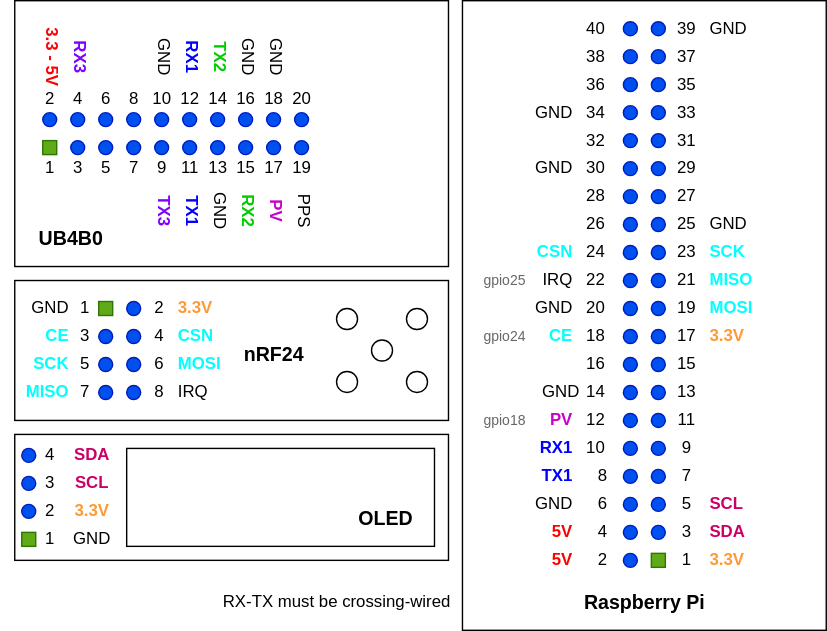
Before: docs/design/base-wiring.drawio.svg, a diagram exported from draw.io (mfkiwl/lidar-mapping-poc). Source tidied: cells renumbered, new cells last; positions are measured from the earlier drawing's top-left corner, leaving out a move shared by most shapes.
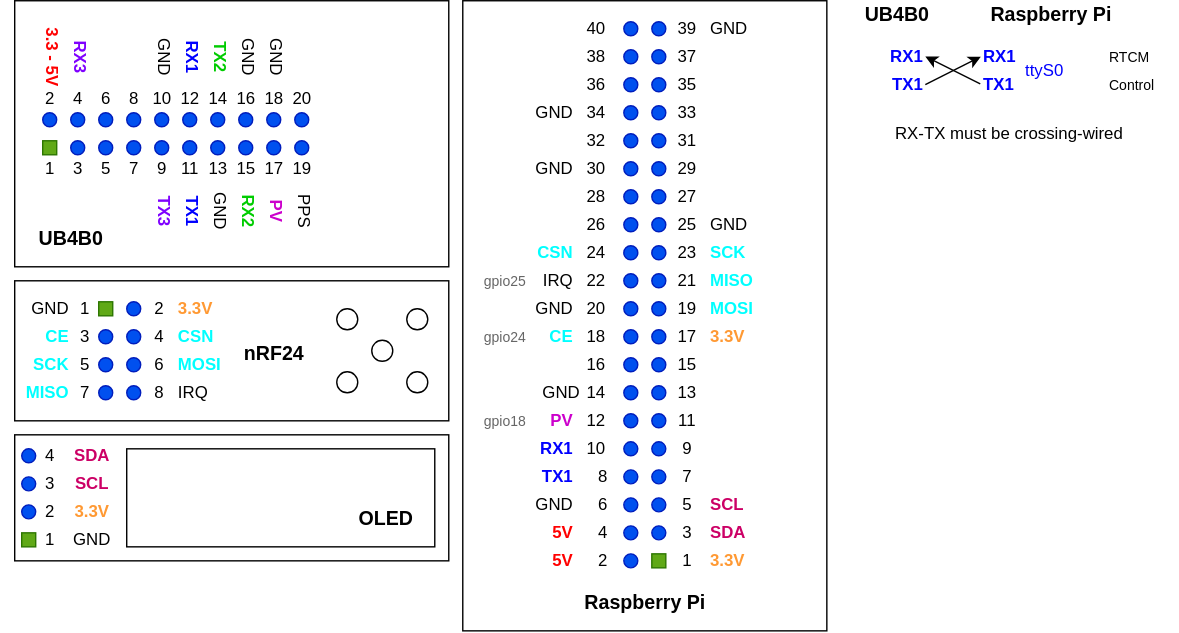
After the change.

What changed in the source:
```diff
@@ -633,7 +633,40 @@
       <mxGeometry x="505" y="10" width="40" height="20" as="geometry" />
     </mxCell>
     <mxCell id="212" value="RX-TX must be crossing-wired" style="text;html=1;align=center;verticalAlign=middle;strokeColor=none;" parent="1" vertex="1">
-      <mxGeometry x="150" y="420" width="180" height="20" as="geometry" />
+      <mxGeometry x="630" y="85" width="180" height="20" as="geometry" />
     </mxCell>
+    <mxCell id="213" value="RX1" style="text;html=1;align=right;verticalAlign=middle;points=[];strokeColor=none;fontColor=#0000FF;fontStyle=1;" parent="1" vertex="1">
+      <mxGeometry x="620" y="30" width="40" height="20" as="geometry" />
+    </mxCell>
+    <mxCell id="214" value="TX1" style="text;html=1;align=right;verticalAlign=middle;points=[];strokeColor=none;fontColor=#0000FF;fontStyle=1;" parent="1" vertex="1">
+      <mxGeometry x="620" y="50" width="40" height="20" as="geometry" />
+    </mxCell>
+    <mxCell id="215" value="RX1" style="text;html=1;align=left;verticalAlign=middle;points=[];strokeColor=none;fontColor=#0000FF;fontStyle=1;" parent="1" vertex="1">
+      <mxGeometry x="700" y="30" width="40" height="20" as="geometry" />
+    </mxCell>
+    <mxCell id="216" value="TX1" style="text;html=1;align=left;verticalAlign=middle;points=[];strokeColor=none;fontColor=#0000FF;fontStyle=1;" parent="1" vertex="1">
+      <mxGeometry x="700" y="50" width="40" height="20" as="geometry" />
+    </mxCell>
+    <mxCell id="217" value="ttyS0" style="text;html=1;align=left;verticalAlign=middle;strokeColor=none;fontColor=#0000FF;fontStyle=0;" parent="1" vertex="1">
+      <mxGeometry x="730" y="40" width="40" height="20" as="geometry" />
+    </mxCell>
+    <mxCell id="218" style="endArrow=none;html=1;fontColor=#CC00CC;entryX=-0.011;entryY=0.471;entryDx=0;entryDy=0;entryPerimeter=0;startArrow=classic;startFill=1;exitX=1.008;exitY=0.488;exitDx=0;exitDy=0;exitPerimeter=0;" parent="1" edge="1" source="213" target="216">
+      <mxGeometry relative="1" as="geometry" />
+    </mxCell>
+    <mxCell id="219" style="endArrow=classic;html=1;fontColor=#CC00CC;exitX=1.008;exitY=0.494;exitDx=0;exitDy=0;exitPerimeter=0;entryX=0;entryY=0.499;entryDx=0;entryDy=0;entryPerimeter=0;endFill=1;" parent="1" edge="1" source="214" target="215">
+      <mxGeometry relative="1" as="geometry" />
+    </mxCell>
+    <mxCell id="220" value="RTCM" style="text;html=1;align=left;verticalAlign=middle;strokeColor=none;fontSize=10;" parent="1" vertex="1">
+      <mxGeometry x="790" y="30" width="40" height="20" as="geometry" />
+    </mxCell>
+    <mxCell id="221" value="UB4B0" style="text;html=1;align=center;verticalAlign=middle;strokeColor=none;fontStyle=1;fontSize=14;" parent="1" vertex="1">
+      <mxGeometry x="610" width="60" height="20" as="geometry" />
+    </mxCell>
+    <mxCell id="222" value="Raspberry Pi" style="text;html=1;align=center;verticalAlign=middle;strokeColor=none;fontSize=14;fontStyle=1;rotation=0;" parent="1" vertex="1">
+      <mxGeometry x="700" width="100" height="20" as="geometry" />
+    </mxCell>
+    <mxCell id="223" value="Control" style="text;html=1;align=left;verticalAlign=middle;strokeColor=none;fontSize=10;" parent="1" vertex="1">
+      <mxGeometry x="790" y="50" width="50" height="20" as="geometry" />
+    </mxCell>
   </root>
 </mxGraphModel>
```
